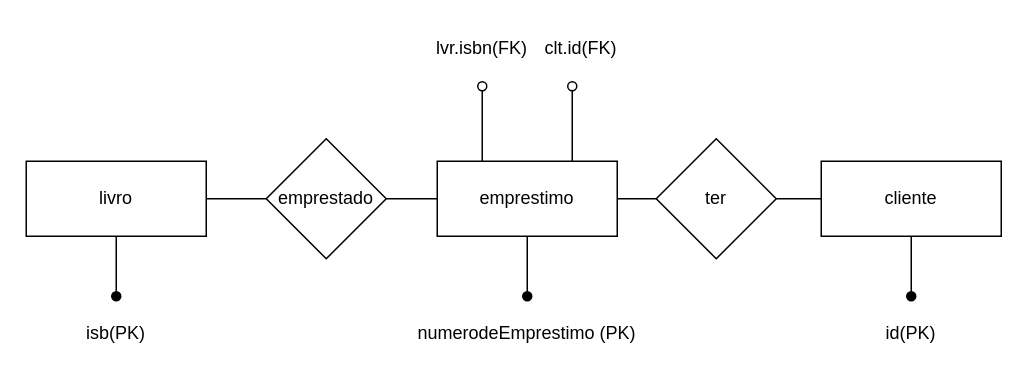
Earlier version of the draw.io diagram Diagrama sem nome.drawio (Mateuslh/faculdade). Source tidied: cells renumbered, new cells numbered last; positions are measured from the earlier drawing's top-left corner, leaving out a move shared by most shapes. Both pictures are drawn from the tidied source at 150%, with x=0, y=0 at pixel (26, 26).
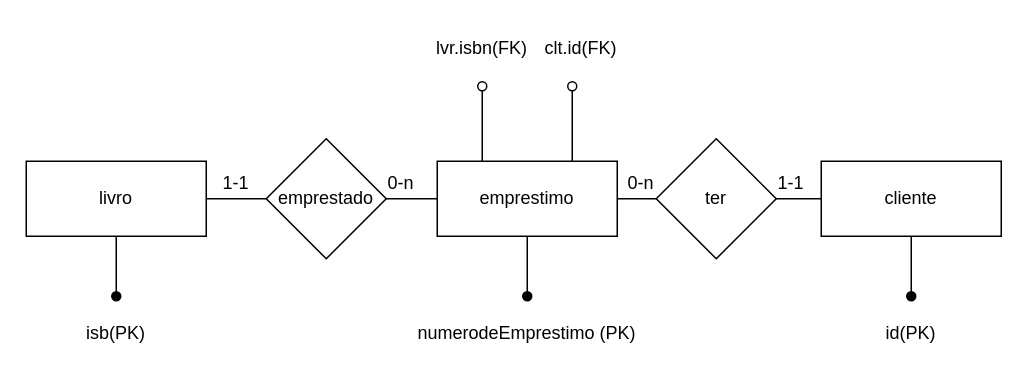
The same page after the edit.

Diff of the diagram source:
```diff
@@
+    <mxCell id="20" value="0-n" style="text;html=1;strokeColor=none;fillColor=none;align=center;verticalAlign=middle;whiteSpace=wrap;rounded=0;" parent="1" vertex="1">
+      <mxGeometry x="220" y="90" width="60" height="30" as="geometry" />
+    </mxCell>
+    <mxCell id="21" value="1-1" style="text;html=1;strokeColor=none;fillColor=none;align=center;verticalAlign=middle;whiteSpace=wrap;rounded=0;" parent="1" vertex="1">
+      <mxGeometry x="110" y="90" width="60" height="30" as="geometry" />
+    </mxCell>
+    <mxCell id="22" value="0-n" style="text;html=1;strokeColor=none;fillColor=none;align=center;verticalAlign=middle;whiteSpace=wrap;rounded=0;" parent="1" vertex="1">
+      <mxGeometry x="380" y="90" width="60" height="30" as="geometry" />
+    </mxCell>
+    <mxCell id="23" value="1-1" style="text;html=1;strokeColor=none;fillColor=none;align=center;verticalAlign=middle;whiteSpace=wrap;rounded=0;" parent="1" vertex="1">
+      <mxGeometry x="480" y="90" width="60" height="30" as="geometry" />
+    </mxCell>
```
